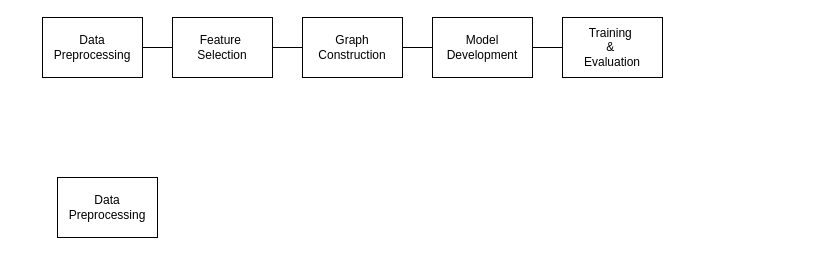
Above: page "GCN" (15 of 15) of Untitled Diagram (1).drawio in yumilor/yumilor (draw.io), before the change. Source tidied: cells renumbered, new cells numbered last; positions are measured from the earlier drawing's top-left corner, leaving out a move shared by most shapes. Both pictures are drawn from the tidied source at 100%, with x=0, y=0 at pixel (42, 17).
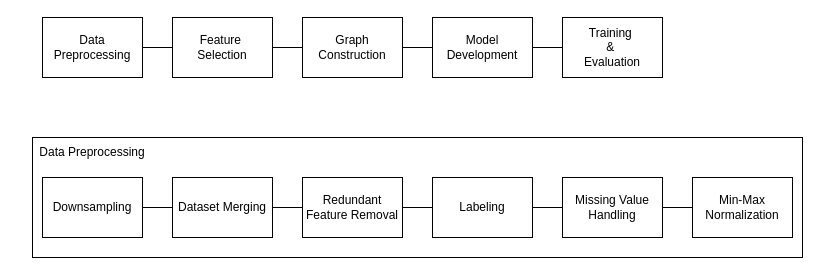
The same page after the edit.

Change to the diagram source:
```diff
@@
+    <mxCell id="12" style="rounded=0;whiteSpace=wrap;html=1;" parent="1" vertex="1">
+      <mxGeometry x="-10" y="120" width="770" height="120" as="geometry" />
+    </mxCell>
@@
+    <mxCell id="13" style="edgeStyle=orthogonalEdgeStyle;rounded=0;jettySize=auto;html=1;exitX=1;exitY=0.5;exitDx=0;exitDy=0;entryX=0;entryY=0.5;entryDx=0;entryDy=0;endArrow=none;startFill=0;" parent="1" edge="1" source="11" target="15">
+      <mxGeometry relative="1" as="geometry" />
+    </mxCell>
-    <mxCell id="11" value="Data Preprocessing" style="rounded=0;whiteSpace=wrap;html=1;" parent="1" vertex="1">
-      <mxGeometry x="15" y="160" width="100" height="60" as="geometry" />
+    <mxCell id="11" value="&lt;div&gt;Downsampling&lt;/div&gt;" style="rounded=0;whiteSpace=wrap;html=1;" parent="1" vertex="1">
+      <mxGeometry y="160" width="100" height="60" as="geometry" />
     </mxCell>
+    <mxCell id="14" style="edgeStyle=orthogonalEdgeStyle;rounded=0;jettySize=auto;html=1;exitX=1;exitY=0.5;exitDx=0;exitDy=0;endArrow=none;startFill=0;" parent="1" edge="1" source="15" target="17">
+      <mxGeometry relative="1" as="geometry" />
+    </mxCell>
+    <mxCell id="15" value="Dataset Merging" style="rounded=0;whiteSpace=wrap;html=1;" parent="1" vertex="1">
+      <mxGeometry x="130" y="160" width="100" height="60" as="geometry" />
+    </mxCell>
+    <mxCell id="16" style="edgeStyle=orthogonalEdgeStyle;rounded=0;jettySize=auto;html=1;exitX=1;exitY=0.5;exitDx=0;exitDy=0;entryX=0;entryY=0.5;entryDx=0;entryDy=0;startArrow=none;startFill=0;endArrow=none;" parent="1" edge="1" source="17" target="22">
+      <mxGeometry relative="1" as="geometry" />
+    </mxCell>
+    <mxCell id="17" value="Redundant Feature Removal" style="rounded=0;whiteSpace=wrap;html=1;" parent="1" vertex="1">
+      <mxGeometry x="260" y="160" width="100" height="60" as="geometry" />
+    </mxCell>
+    <mxCell id="18" style="edgeStyle=orthogonalEdgeStyle;rounded=0;jettySize=auto;html=1;exitX=1;exitY=0.5;exitDx=0;exitDy=0;entryX=0;entryY=0.5;entryDx=0;entryDy=0;endArrow=none;startFill=0;" parent="1" edge="1" source="19" target="20">
+      <mxGeometry relative="1" as="geometry" />
+    </mxCell>
+    <mxCell id="19" value="Missing Value Handling" style="rounded=0;whiteSpace=wrap;html=1;" parent="1" vertex="1">
+      <mxGeometry x="520" y="160" width="100" height="60" as="geometry" />
+    </mxCell>
+    <mxCell id="20" value="Min-Max Normalization" style="rounded=0;whiteSpace=wrap;html=1;" parent="1" vertex="1">
+      <mxGeometry x="650" y="160" width="100" height="60" as="geometry" />
+    </mxCell>
+    <mxCell id="21" style="edgeStyle=orthogonalEdgeStyle;rounded=0;jettySize=auto;html=1;exitX=1;exitY=0.5;exitDx=0;exitDy=0;entryX=0;entryY=0.5;entryDx=0;entryDy=0;endArrow=none;startFill=0;" parent="1" edge="1" source="22" target="19">
+      <mxGeometry relative="1" as="geometry" />
+    </mxCell>
+    <mxCell id="22" value="Labeling" style="rounded=0;whiteSpace=wrap;html=1;" parent="1" vertex="1">
+      <mxGeometry x="390" y="160" width="100" height="60" as="geometry" />
+    </mxCell>
+    <mxCell id="23" value="Data Preprocessing" style="text;html=1;align=center;verticalAlign=middle;whiteSpace=wrap;rounded=0;" parent="1" vertex="1">
+      <mxGeometry x="-25" y="120" width="150" height="30" as="geometry" />
+    </mxCell>
```
